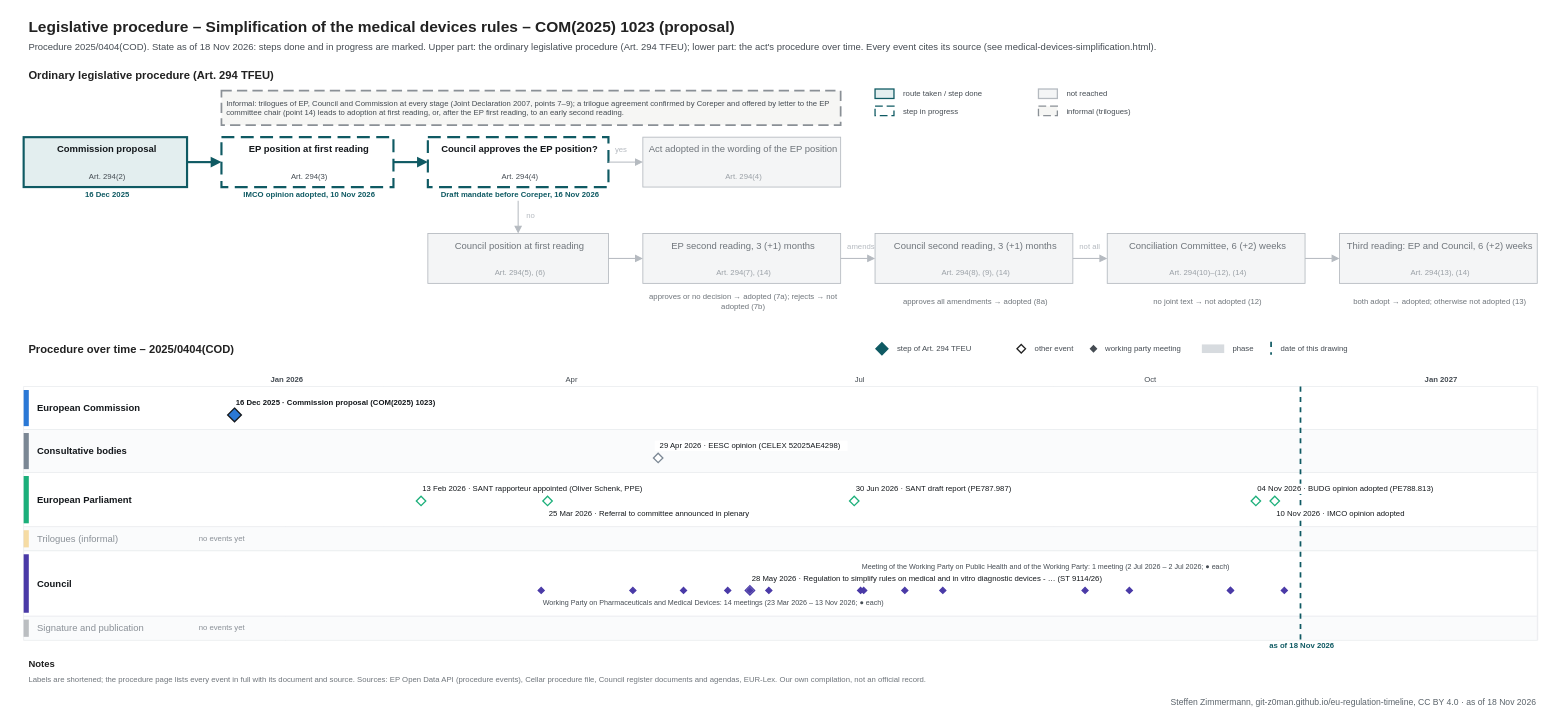
Above: procedures/medical-devices-simplification.drawio in git-z0man/eu-regulation-timeline (draw.io), before the change. Source tidied: cells renumbered, new cells numbered last; positions are measured from the earlier drawing's top-left corner, leaving out a move shared by most shapes. Both pictures are drawn from the tidied source at 86%, with x=0, y=0 at pixel (15, 15).
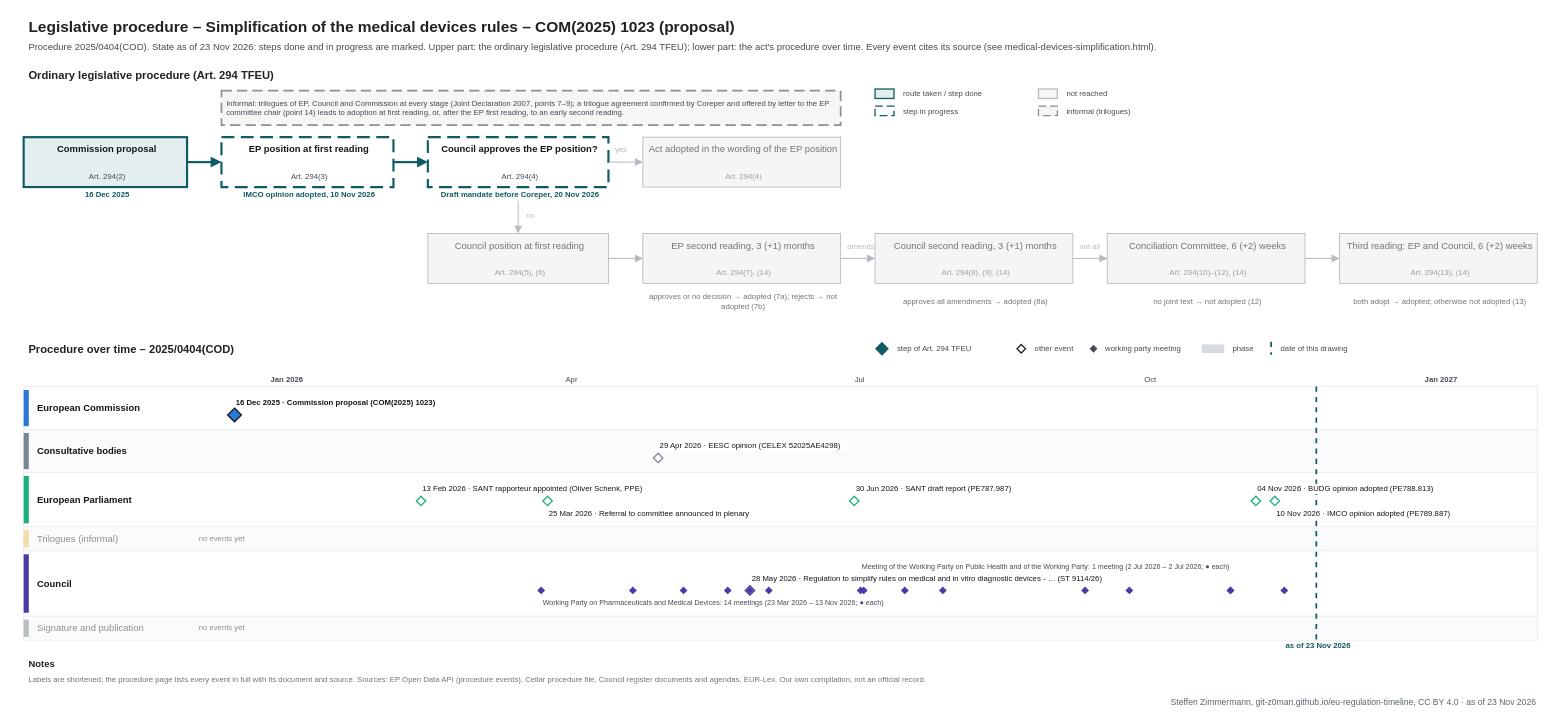
After the change.

The edit, as a diff of the source:
```diff
@@
-    <mxCell id="3" value="Procedure 2025/0404(COD). State as of 18 Nov 2026: steps done and in progress are marked. Upper part: the ordinary legislative procedure (Art. 294 TFEU); lower part: the act's procedure over time. Every event cites its source (see medical-devices-simplification.html)." style="text;html=1;fontSize=11;fontColor=#454c53;align=left;verticalAlign=middle;spacingLeft=4;" parent="1" vertex="1">
+    <mxCell id="3" value="Procedure 2025/0404(COD). State as of 23 Nov 2026: steps done and in progress are marked. Upper part: the ordinary legislative procedure (Art. 294 TFEU); lower part: the act's procedure over time. Every event cites its source (see medical-devices-simplification.html)." style="text;html=1;fontSize=11;fontColor=#454c53;align=left;verticalAlign=middle;spacingLeft=4;" parent="1" vertex="1">
       <mxGeometry x="10" y="28" width="1700" height="18" as="geometry" />
     </mxCell>
@@
-    <mxCell id="24" value="Draft mandate before Coreper, 16 Nov 2026" style="text;html=1;fontSize=9;fontColor=#0f5a63;align=center;verticalAlign=middle;spacingLeft=4;fontStyle=1;" parent="1" vertex="1">
+    <mxCell id="24" value="Draft mandate before Coreper, 20 Nov 2026" style="text;html=1;fontSize=9;fontColor=#0f5a63;align=center;verticalAlign=middle;spacingLeft=4;fontStyle=1;" parent="1" vertex="1">
       <mxGeometry x="470" y="202" width="230" height="14" as="geometry" />
     </mxCell>
@@
     <mxCell id="112" style="line;html=1;strokeWidth=2;strokeColor=#0f5a63;direction=south;dashed=1;" parent="1" vertex="1">
-      <mxGeometry x="1494.2" y="432" width="1" height="295" as="geometry" />
+      <mxGeometry x="1512.6" y="432" width="1" height="295" as="geometry" />
     </mxCell>
-    <mxCell id="113" value="as of 18 Nov 2026" style="text;html=1;fontSize=9;fontColor=#0f5a63;align=center;verticalAlign=middle;spacingLeft=4;fontStyle=1;" parent="1" vertex="1">
-      <mxGeometry x="1434.2" y="728" width="120" height="12" as="geometry" />
+    <mxCell id="113" value="as of 23 Nov 2026" style="text;html=1;fontSize=9;fontColor=#0f5a63;align=center;verticalAlign=middle;spacingLeft=4;fontStyle=1;" parent="1" vertex="1">
+      <mxGeometry x="1452.6" y="728" width="120" height="12" as="geometry" />
     </mxCell>
@@
-    <mxCell id="122" value="10 Nov 2026 · IMCO opinion adopted" style="text;html=1;fontSize=9;fontColor=#14181c;align=left;verticalAlign=middle;spacingLeft=4;fillColor=#ffffff;" parent="1" vertex="1">
-      <mxGeometry x="1460.8" y="574" width="167.8" height="12" as="geometry" />
+    <mxCell id="122" value="10 Nov 2026 · IMCO opinion adopted (PE789.887)" style="text;html=1;fontSize=9;fontColor=#14181c;align=left;verticalAlign=middle;spacingLeft=4;fillColor=#ffffff;" parent="1" vertex="1">
+      <mxGeometry x="1460.8" y="574" width="224.2" height="12" as="geometry" />
     </mxCell>
@@
-    <mxCell id="149" value="Steffen Zimmermann, git-z0man.github.io/eu-regulation-timeline, CC BY 4.0 · as of 18 Nov 2026" style="text;html=1;fontSize=10;fontColor=#5b646b;align=right;verticalAlign=middle;spacingLeft=4;" parent="1" vertex="1">
+    <mxCell id="149" value="Steffen Zimmermann, git-z0man.github.io/eu-regulation-timeline, CC BY 4.0 · as of 23 Nov 2026" style="text;html=1;fontSize=10;fontColor=#5b646b;align=right;verticalAlign=middle;spacingLeft=4;" parent="1" vertex="1">
       <mxGeometry x="10" y="791" width="1760" height="16" as="geometry" />
     </mxCell>
```
